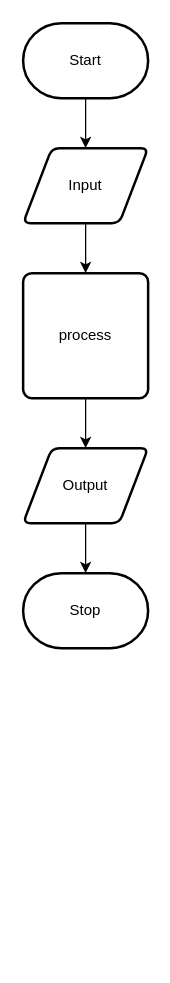
This is design/flow-chart.drawio from Ali-Mugamai/ICS20-03-02-JS, a draw.io file, before an edit. Source tidied: cells renumbered, new cells numbered last; positions are measured from the earlier drawing's top-left corner, leaving out a move shared by most shapes. Both pictures are drawn from the tidied source at 125%, with x=0, y=0 at pixel (22, 22).
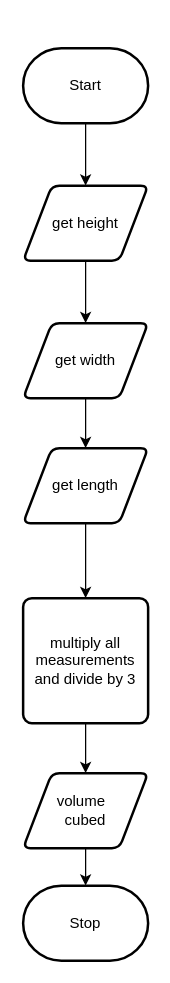
Above is the later version.

What changed in the source:
```diff
@@
 <mxGraphModel>
   <root>
     <mxCell id="0" />
     <mxCell id="1" parent="0" />
     <mxCell id="2" style="edgeStyle=none;html=1;" parent="1" edge="1" source="3" target="5">
       <mxGeometry relative="1" as="geometry" />
     </mxCell>
     <mxCell id="3" value="Start" style="strokeWidth=2;html=1;shape=mxgraph.flowchart.terminator;whiteSpace=wrap;" parent="1" vertex="1">
-      <mxGeometry width="100" height="60" as="geometry" />
+      <mxGeometry y="20" width="100" height="60" as="geometry" />
     </mxCell>
-    <mxCell id="4" style="edgeStyle=none;html=1;" parent="1" edge="1" source="5" target="7">
+    <mxCell id="4" style="edgeStyle=none;html=1;entryX=0.5;entryY=0;entryDx=0;entryDy=0;" parent="1" edge="1" source="5" target="12">
       <mxGeometry relative="1" as="geometry" />
     </mxCell>
-    <mxCell id="5" value="Input" style="shape=parallelogram;html=1;strokeWidth=2;perimeter=parallelogramPerimeter;whiteSpace=wrap;rounded=1;arcSize=12;size=0.23;" parent="1" vertex="1">
-      <mxGeometry y="100" width="100" height="60" as="geometry" />
+    <mxCell id="5" value="get height" style="shape=parallelogram;html=1;strokeWidth=2;perimeter=parallelogramPerimeter;whiteSpace=wrap;rounded=1;arcSize=12;size=0.23;" parent="1" vertex="1">
+      <mxGeometry y="130" width="100" height="60" as="geometry" />
     </mxCell>
     <mxCell id="6" style="edgeStyle=none;html=1;" parent="1" edge="1" source="7" target="9">
       <mxGeometry relative="1" as="geometry" />
     </mxCell>
-    <mxCell id="7" value="process" style="rounded=1;whiteSpace=wrap;html=1;absoluteArcSize=1;arcSize=14;strokeWidth=2;" parent="1" vertex="1">
-      <mxGeometry y="200" width="100" height="100" as="geometry" />
+    <mxCell id="7" value="multiply all measurements and divide by 3" style="rounded=1;whiteSpace=wrap;html=1;absoluteArcSize=1;arcSize=14;strokeWidth=2;" parent="1" vertex="1">
+      <mxGeometry y="460" width="100" height="100" as="geometry" />
     </mxCell>
     <mxCell id="8" style="edgeStyle=none;html=1;" parent="1" edge="1" source="9" target="10">
       <mxGeometry relative="1" as="geometry" />
     </mxCell>
-    <mxCell id="9" value="Output" style="shape=parallelogram;html=1;strokeWidth=2;perimeter=parallelogramPerimeter;whiteSpace=wrap;rounded=1;arcSize=12;size=0.23;" parent="1" vertex="1">
-      <mxGeometry y="340" width="100" height="60" as="geometry" />
+    <mxCell id="9" value="volume&amp;nbsp;&amp;nbsp;&lt;br&gt;cubed" style="shape=parallelogram;html=1;strokeWidth=2;perimeter=parallelogramPerimeter;whiteSpace=wrap;rounded=1;arcSize=12;size=0.23;" parent="1" vertex="1">
+      <mxGeometry y="600" width="100" height="60" as="geometry" />
     </mxCell>
     <mxCell id="10" value="Stop" style="strokeWidth=2;html=1;shape=mxgraph.flowchart.terminator;whiteSpace=wrap;" parent="1" vertex="1">
-      <mxGeometry y="440" width="100" height="60" as="geometry" />
+      <mxGeometry y="690" width="100" height="60" as="geometry" />
     </mxCell>
+    <mxCell id="11" value="get length" style="shape=parallelogram;html=1;strokeWidth=2;perimeter=parallelogramPerimeter;whiteSpace=wrap;rounded=1;arcSize=12;size=0.23;" parent="1" vertex="1">
+      <mxGeometry y="340" width="100" height="60" as="geometry" />
+    </mxCell>
+    <mxCell id="12" value="get width" style="shape=parallelogram;html=1;strokeWidth=2;perimeter=parallelogramPerimeter;whiteSpace=wrap;rounded=1;arcSize=12;size=0.23;" parent="1" vertex="1">
+      <mxGeometry y="240" width="100" height="60" as="geometry" />
+    </mxCell>
+    <mxCell id="13" style="endArrow=classic;html=1;entryX=0.5;entryY=0;entryDx=0;entryDy=0;exitX=0.5;exitY=1;exitDx=0;exitDy=0;" parent="1" edge="1" source="12" target="11">
+      <mxGeometry relative="1" as="geometry" />
+    </mxCell>
+    <mxCell id="14" style="endArrow=classic;html=1;entryX=0.5;entryY=0;entryDx=0;entryDy=0;exitX=0.5;exitY=1;exitDx=0;exitDy=0;" parent="1" edge="1" source="11" target="7">
+      <mxGeometry relative="1" as="geometry" />
+    </mxCell>
   </root>
 </mxGraphModel>
```
